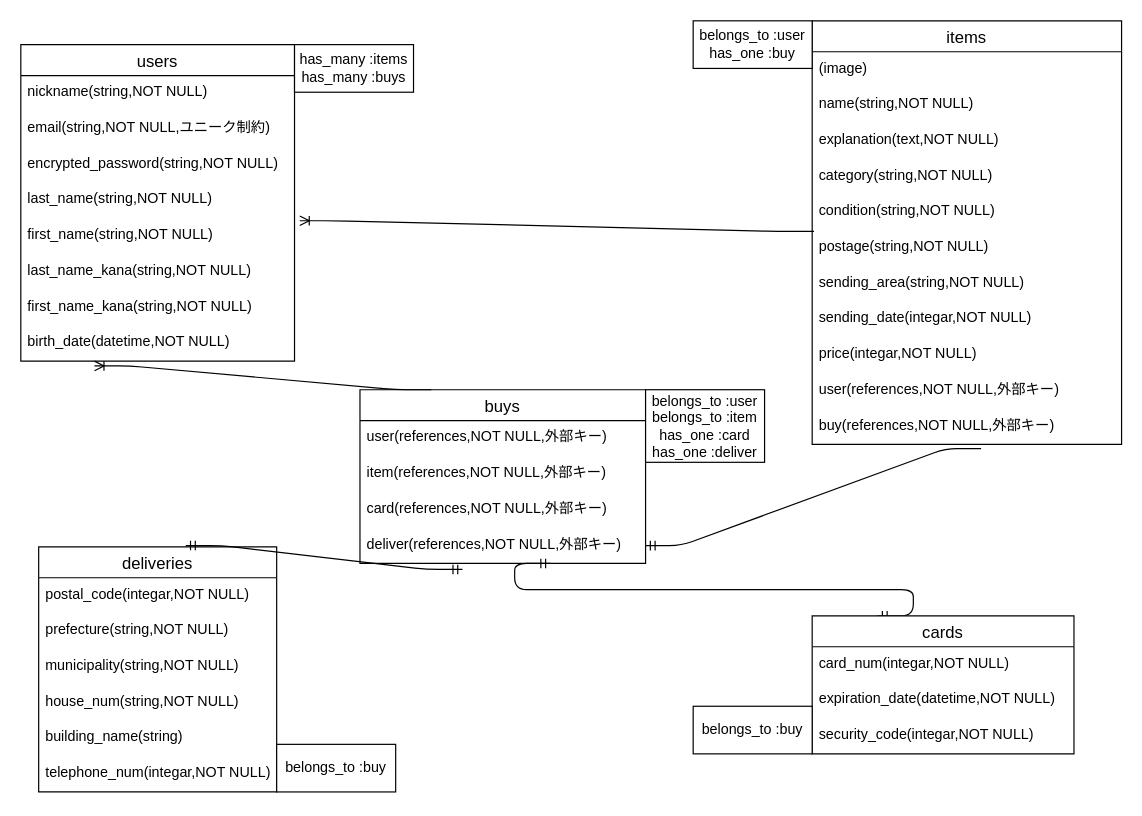
yukitaka7478/furima-37970 keeps this draw.io diagram as furima-37970.dio. Above is the earlier version. Source tidied: cells renumbered, new cells numbered last; positions are measured from the earlier drawing's top-left corner, leaving out a move shared by most shapes. Both pictures are drawn from the tidied source at 119%, with x=0, y=0 at pixel (20, 20).
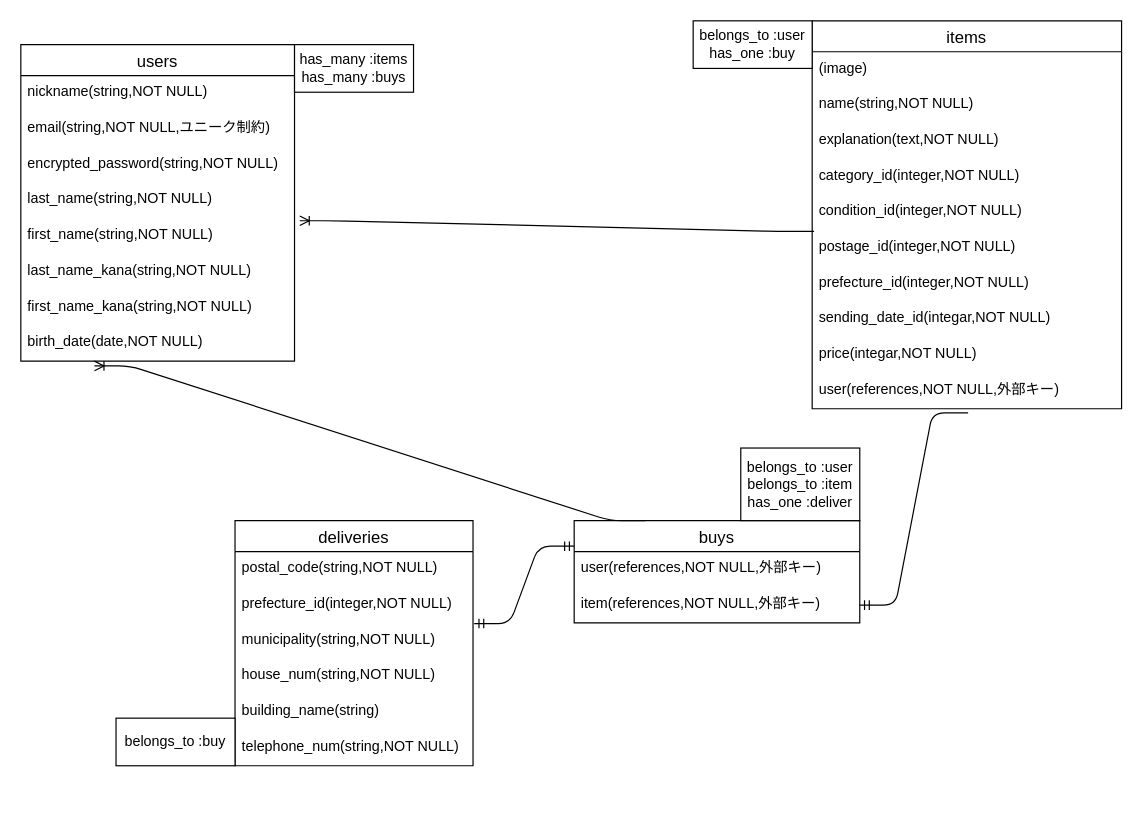
After the change.

Commit message (it also covers changes not shown here):
ER図とREADMEの修正

Unchanged cells that the change refers to:
```xml
<mxCell id="2" value="users" style="swimlane;fontStyle=0;horizontal=1;startSize=26;align=center;fontSize=14;" parent="1" vertex="1">
  <mxGeometry y="20" width="230" height="266" as="geometry" />
</mxCell>
<mxCell id="21" value="user(references,NOT NULL,外部キー)" style="text;strokeColor=none;fillColor=none;spacingLeft=4;spacingRight=4;overflow=hidden;points=[[0,0.5],[1,0.5]];portConstraint=eastwest;fontSize=12;" parent="11" vertex="1">
  <mxGeometry y="296" width="260" height="30" as="geometry" />
</mxCell>
<mxCell id="25" value="item(references,NOT NULL,外部キー)" style="text;strokeColor=none;fillColor=none;spacingLeft=4;spacingRight=4;overflow=hidden;points=[[0,0.5],[1,0.5]];portConstraint=eastwest;fontSize=12;" parent="23" vertex="1">
  <mxGeometry y="56" width="240" height="30" as="geometry" />
</mxCell>
<mxCell id="36" value="municipality(string,NOT NULL)" style="text;strokeColor=none;fillColor=none;spacingLeft=4;spacingRight=4;overflow=hidden;points=[[0,0.5],[1,0.5]];portConstraint=eastwest;fontSize=12;" parent="33" vertex="1">
  <mxGeometry y="86" width="200" height="30" as="geometry" />
</mxCell>
```

What changed in the source:
```diff
@@
-    <mxCell id="10" value="birth_date(datetime,NOT NULL)" style="text;strokeColor=none;fillColor=none;spacingLeft=4;spacingRight=4;overflow=hidden;points=[[0,0.5],[1,0.5]];portConstraint=eastwest;fontSize=12;" parent="2" vertex="1">
+    <mxCell id="10" value="birth_date(date,NOT NULL)" style="text;strokeColor=none;fillColor=none;spacingLeft=4;spacingRight=4;overflow=hidden;points=[[0,0.5],[1,0.5]];portConstraint=eastwest;fontSize=12;" parent="2" vertex="1">
       <mxGeometry y="236" width="230" height="30" as="geometry" />
     </mxCell>
     <mxCell id="11" value="items" style="swimlane;fontStyle=0;horizontal=1;startSize=26;align=center;fontSize=14;" parent="1" vertex="1">
-      <mxGeometry x="665" width="260" height="356" as="geometry" />
+      <mxGeometry x="665" width="260" height="326" as="geometry" />
     </mxCell>
@@
-    <mxCell id="15" value="category(string,NOT NULL)" style="text;strokeColor=none;fillColor=none;spacingLeft=4;spacingRight=4;overflow=hidden;fontSize=12;" parent="11" vertex="1">
+    <mxCell id="15" value="category_id(integer,NOT NULL)" style="text;strokeColor=none;fillColor=none;spacingLeft=4;spacingRight=4;overflow=hidden;fontSize=12;" parent="11" vertex="1">
       <mxGeometry y="116" width="260" height="30" as="geometry" />
     </mxCell>
-    <mxCell id="16" value="condition(string,NOT NULL)" style="text;strokeColor=none;fillColor=none;spacingLeft=4;spacingRight=4;overflow=hidden;points=[[0,0.5],[1,0.5]];portConstraint=eastwest;fontSize=12;" parent="11" vertex="1">
+    <mxCell id="16" value="condition_id(integer,NOT NULL)" style="text;strokeColor=none;fillColor=none;spacingLeft=4;spacingRight=4;overflow=hidden;points=[[0,0.5],[1,0.5]];portConstraint=eastwest;fontSize=12;" parent="11" vertex="1">
       <mxGeometry y="146" width="260" height="30" as="geometry" />
     </mxCell>
-    <mxCell id="17" value="postage(string,NOT NULL)" style="text;strokeColor=none;fillColor=none;spacingLeft=4;spacingRight=4;overflow=hidden;fontSize=12;" parent="11" vertex="1">
+    <mxCell id="17" value="postage_id(integer,NOT NULL)" style="text;strokeColor=none;fillColor=none;spacingLeft=4;spacingRight=4;overflow=hidden;fontSize=12;" parent="11" vertex="1">
       <mxGeometry y="176" width="260" height="30" as="geometry" />
     </mxCell>
-    <mxCell id="18" value="sending_area(string,NOT NULL)" style="text;strokeColor=none;fillColor=none;spacingLeft=4;spacingRight=4;overflow=hidden;fontSize=12;" parent="11" vertex="1">
+    <mxCell id="18" value="prefecture_id(integer,NOT NULL)" style="text;strokeColor=none;fillColor=none;spacingLeft=4;spacingRight=4;overflow=hidden;fontSize=12;" parent="11" vertex="1">
       <mxGeometry y="206" width="260" height="30" as="geometry" />
     </mxCell>
-    <mxCell id="19" value="sending_date(integar,NOT NULL)" style="text;strokeColor=none;fillColor=none;spacingLeft=4;spacingRight=4;overflow=hidden;fontSize=12;" parent="11" vertex="1">
+    <mxCell id="19" value="sending_date_id(integar,NOT NULL)" style="text;strokeColor=none;fillColor=none;spacingLeft=4;spacingRight=4;overflow=hidden;fontSize=12;" parent="11" vertex="1">
       <mxGeometry y="236" width="260" height="30" as="geometry" />
     </mxCell>
@@
-    <mxCell id="22" value="buy(references,NOT NULL,外部キー)" style="text;strokeColor=none;fillColor=none;spacingLeft=4;spacingRight=4;overflow=hidden;points=[[0,0.5],[1,0.5]];portConstraint=eastwest;fontSize=12;" parent="11" vertex="1">
-      <mxGeometry y="326" width="260" height="30" as="geometry" />
-    </mxCell>
     <mxCell id="23" value="buys" style="swimlane;fontStyle=0;horizontal=1;startSize=26;align=center;fontSize=14;" parent="1" vertex="1">
-      <mxGeometry x="285" y="310" width="240" height="146" as="geometry" />
+      <mxGeometry x="465" y="420" width="240" height="86" as="geometry" />
     </mxCell>
@@
-    <mxCell id="26" value="card(references,NOT NULL,外部キー)" style="text;strokeColor=none;fillColor=none;spacingLeft=4;spacingRight=4;overflow=hidden;fontSize=12;" parent="23" vertex="1">
-      <mxGeometry y="86" width="240" height="30" as="geometry" />
-    </mxCell>
-    <mxCell id="27" value="deliver(references,NOT NULL,外部キー)" style="text;strokeColor=none;fillColor=none;spacingLeft=4;spacingRight=4;overflow=hidden;points=[[0,0.5],[1,0.5]];portConstraint=eastwest;fontSize=12;" parent="23" vertex="1">
-      <mxGeometry y="116" width="240" height="30" as="geometry" />
-    </mxCell>
-    <mxCell id="28" style="edgeStyle=entityRelationEdgeStyle;fontSize=12;html=1;endArrow=ERmandOne;startArrow=ERmandOne;exitX=0.25;exitY=0;exitDx=0;exitDy=0;" parent="23" edge="1" source="29">
-      <mxGeometry relative="1" as="geometry">
-        <mxPoint x="160" y="146" as="targetPoint" />
-      </mxGeometry>
-    </mxCell>
-    <mxCell id="29" value="cards" style="swimlane;fontStyle=0;horizontal=1;startSize=26;align=center;fontSize=14;" parent="1" vertex="1">
-      <mxGeometry x="665" y="500" width="220" height="116" as="geometry" />
-    </mxCell>
-    <mxCell id="30" value="card_num(integar,NOT NULL)" style="text;strokeColor=none;fillColor=none;spacingLeft=4;spacingRight=4;overflow=hidden;fontSize=12;" parent="29" vertex="1">
-      <mxGeometry y="26" width="220" height="30" as="geometry" />
-    </mxCell>
-    <mxCell id="31" value="expiration_date(datetime,NOT NULL)" style="text;strokeColor=none;fillColor=none;spacingLeft=4;spacingRight=4;overflow=hidden;fontSize=12;" parent="29" vertex="1">
-      <mxGeometry y="56" width="220" height="30" as="geometry" />
-    </mxCell>
-    <mxCell id="32" value="security_code(integar,NOT NULL)" style="text;strokeColor=none;fillColor=none;spacingLeft=4;spacingRight=4;overflow=hidden;fontSize=12;" parent="29" vertex="1">
-      <mxGeometry y="86" width="220" height="30" as="geometry" />
-    </mxCell>
     <mxCell id="33" value="deliveries" style="swimlane;fontStyle=0;horizontal=1;startSize=26;align=center;fontSize=14;" parent="1" vertex="1">
-      <mxGeometry x="15" y="442" width="200" height="206" as="geometry" />
+      <mxGeometry x="180" y="420" width="200" height="206" as="geometry" />
     </mxCell>
-    <mxCell id="34" value="postal_code(integar,NOT NULL)" style="text;strokeColor=none;fillColor=none;spacingLeft=4;spacingRight=4;overflow=hidden;fontSize=12;" parent="33" vertex="1">
+    <mxCell id="34" value="postal_code(string,NOT NULL)" style="text;strokeColor=none;fillColor=none;spacingLeft=4;spacingRight=4;overflow=hidden;fontSize=12;" parent="33" vertex="1">
       <mxGeometry y="26" width="200" height="30" as="geometry" />
     </mxCell>
-    <mxCell id="35" value="prefecture(string,NOT NULL)" style="text;strokeColor=none;fillColor=none;spacingLeft=4;spacingRight=4;overflow=hidden;fontSize=12;" parent="33" vertex="1">
+    <mxCell id="35" value="prefecture_id(integer,NOT NULL)" style="text;strokeColor=none;fillColor=none;spacingLeft=4;spacingRight=4;overflow=hidden;fontSize=12;" parent="33" vertex="1">
       <mxGeometry y="56" width="200" height="30" as="geometry" />
     </mxCell>
@@
-    <mxCell id="39" value="telephone_num(integar,NOT NULL)" style="text;strokeColor=none;fillColor=none;spacingLeft=4;spacingRight=4;overflow=hidden;fontSize=12;" parent="33" vertex="1">
+    <mxCell id="39" value="telephone_num(string,NOT NULL)" style="text;strokeColor=none;fillColor=none;spacingLeft=4;spacingRight=4;overflow=hidden;fontSize=12;" parent="33" vertex="1">
       <mxGeometry y="176" width="200" height="30" as="geometry" />
     </mxCell>
@@
-    <mxCell id="42" style="edgeStyle=entityRelationEdgeStyle;fontSize=12;html=1;endArrow=ERmandOne;startArrow=ERmandOne;entryX=0.359;entryY=1.167;entryDx=0;entryDy=0;entryPerimeter=0;exitX=0.618;exitY=-0.005;exitDx=0;exitDy=0;exitPerimeter=0;" parent="1" edge="1" source="33" target="27">
+    <mxCell id="42" style="edgeStyle=entityRelationEdgeStyle;fontSize=12;html=1;endArrow=ERmandOne;startArrow=ERmandOne;entryX=0;entryY=0.25;entryDx=0;entryDy=0;exitX=1.005;exitY=0.017;exitDx=0;exitDy=0;exitPerimeter=0;" parent="1" edge="1" source="36" target="23">
       <mxGeometry relative="1" as="geometry" />
     </mxCell>
@@
-    <mxCell id="45" value="belongs_to :buy" style="whiteSpace=wrap;html=1;align=center;" parent="1" vertex="1">
-      <mxGeometry x="565" y="576" width="100" height="40" as="geometry" />
-    </mxCell>
     <mxCell id="46" value="belongs_to :buy" style="whiteSpace=wrap;html=1;align=center;" parent="1" vertex="1">
-      <mxGeometry x="215" y="608" width="100" height="40" as="geometry" />
+      <mxGeometry x="80" y="586" width="100" height="40" as="geometry" />
     </mxCell>
-    <mxCell id="47" value="belongs_to :user&lt;br&gt;belongs_to :item&lt;br&gt;has_one :card&lt;br&gt;has_one :deliver" style="whiteSpace=wrap;html=1;align=center;" parent="1" vertex="1">
-      <mxGeometry x="525" y="310" width="100" height="61" as="geometry" />
+    <mxCell id="47" value="belongs_to :user&lt;br&gt;belongs_to :item&lt;br&gt;has_one :deliver" style="whiteSpace=wrap;html=1;align=center;" parent="1" vertex="1">
+      <mxGeometry x="605" y="359" width="100" height="61" as="geometry" />
     </mxCell>
-    <mxCell id="48" style="edgeStyle=entityRelationEdgeStyle;fontSize=12;html=1;endArrow=none;startArrow=ERmandOne;entryX=0.546;entryY=1.117;entryDx=0;entryDy=0;entryPerimeter=0;" parent="1" edge="1" source="27" target="22">
+    <mxCell id="48" style="edgeStyle=entityRelationEdgeStyle;fontSize=12;html=1;endArrow=none;startArrow=ERmandOne;entryX=0.504;entryY=1.117;entryDx=0;entryDy=0;entryPerimeter=0;exitX=1;exitY=0.5;exitDx=0;exitDy=0;" parent="1" edge="1" source="25" target="21">
       <mxGeometry relative="1" as="geometry" />
     </mxCell>
```
